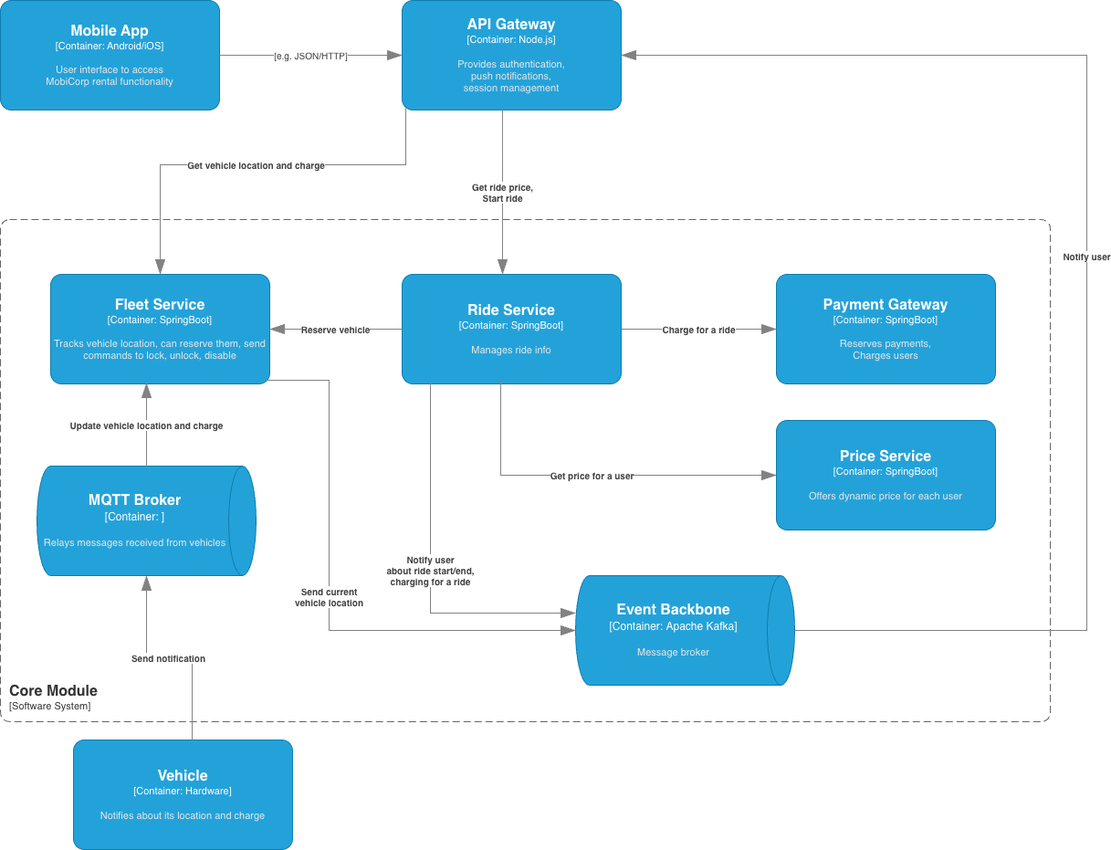
This is hld/core-func/Core Containers.drawio.png from Oleggio/five-nines-arch-katas, a draw.io export, as it was before one commit. Source tidied: cells renumbered, new cells last; positions are measured from the earlier drawing's top-left corner, leaving out a move shared by most shapes.
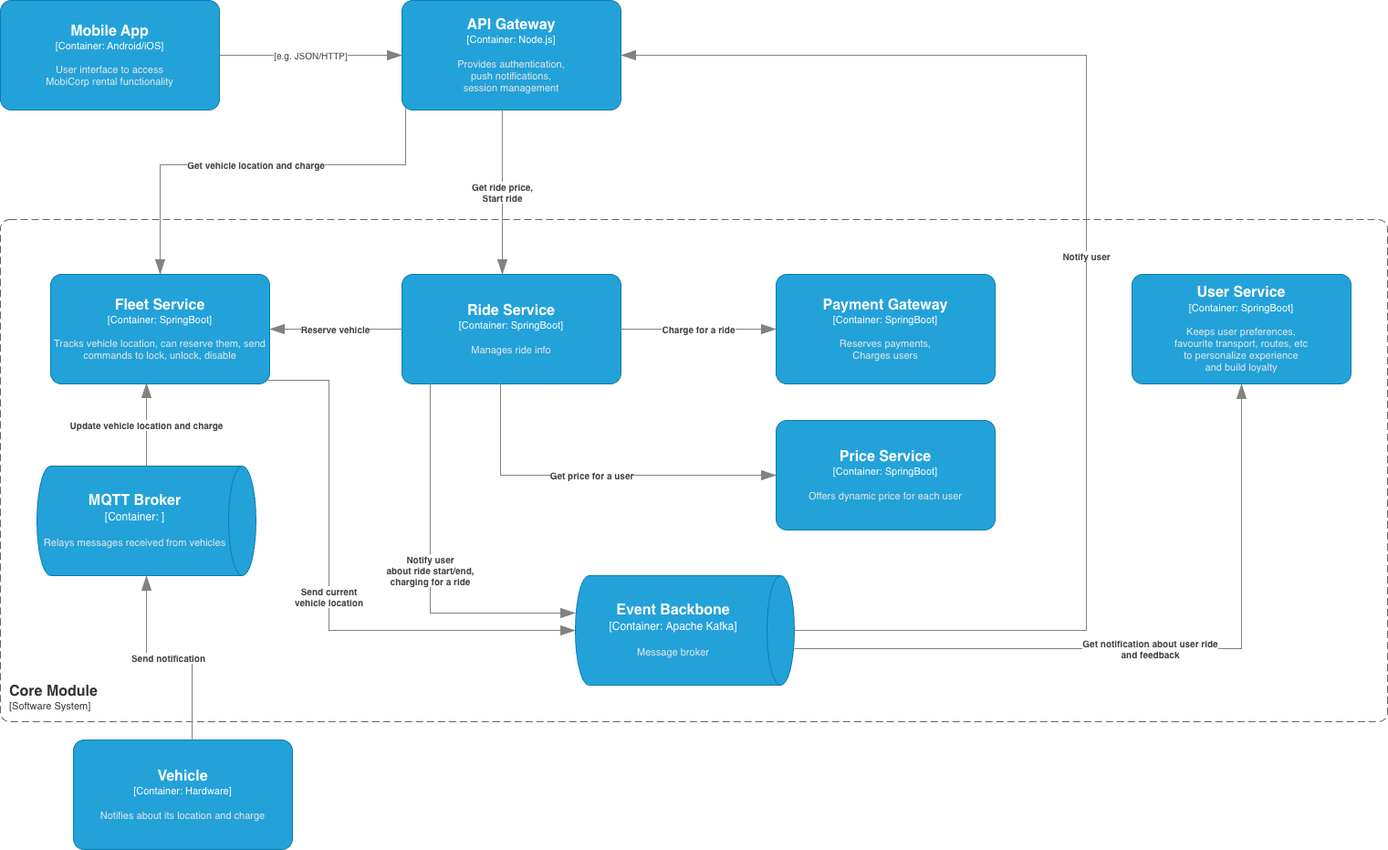
After the change.

Commit message:
Add user service as a core container

Diff of the diagram source:
```diff
@@ -19,7 +19,7 @@
     </object>
     <object id="5" label="&lt;font style=&quot;font-size: 16px&quot;&gt;&lt;b&gt;&lt;div style=&quot;text-align: left&quot;&gt;%c4Name%&lt;/div&gt;&lt;/b&gt;&lt;/font&gt;&lt;div style=&quot;text-align: left&quot;&gt;[%c4Application%]&lt;/div&gt;" c4Application="Software System" c4Name="Core Module" c4Type="SystemScopeBoundary" placeholders="1">
       <mxCell style="rounded=1;fontSize=11;whiteSpace=wrap;html=1;dashed=1;arcSize=20;fillColor=none;strokeColor=#666666;fontColor=#333333;labelBackgroundColor=none;align=left;verticalAlign=bottom;labelBorderColor=none;spacingTop=0;spacing=10;dashPattern=8 4;perimeter=rectanglePerimeter;noLabel=0;labelPadding=0;absoluteArcSize=1;" parent="1" vertex="1">
-        <mxGeometry y="240" width="1150" height="550" as="geometry" />
+        <mxGeometry y="240" width="1520" height="550" as="geometry" />
       </mxCell>
     </object>
     <object id="6" label="&lt;font style=&quot;font-size: 16px&quot;&gt;&lt;b&gt;%c4Name%&lt;/b&gt;&lt;/font&gt;&lt;div&gt;[%c4Type%:&amp;nbsp;%c4Technology%]&lt;/div&gt;&lt;br&gt;&lt;div&gt;&lt;font style=&quot;font-size: 11px&quot;&gt;&lt;font color=&quot;#E6E6E6&quot;&gt;%c4Description%&lt;/font&gt;&lt;/div&gt;" c4Description="Message broker" c4Name="Event Backbone " c4Technology="Apache Kafka" c4Type="Container" placeholders="1">
@@ -132,5 +132,17 @@
         </mxGeometry>
       </mxCell>
     </object>
+    <object id="23" label="&lt;font style=&quot;font-size: 16px&quot;&gt;&lt;b&gt;%c4Name%&lt;/b&gt;&lt;/font&gt;&lt;div&gt;[%c4Type%: %c4Technology%]&lt;/div&gt;&lt;br&gt;&lt;div&gt;&lt;font style=&quot;font-size: 11px&quot;&gt;&lt;font color=&quot;#E6E6E6&quot;&gt;%c4Description%&lt;/font&gt;&lt;/div&gt;" c4Description="Keeps user preferences,&#10;favourite transport, routes, etc&#10;to personalize experience&#10;and build loyalty" c4Name="User Service" c4Technology="SpringBoot" c4Type="Container" placeholders="1">
+      <mxCell style="rounded=1;whiteSpace=wrap;html=1;fontSize=11;labelBackgroundColor=none;fillColor=#23A2D9;fontColor=#ffffff;align=center;arcSize=10;strokeColor=#0E7DAD;" parent="1" vertex="1">
+        <mxGeometry x="1240" y="300" width="240" height="120" as="geometry" />
+      </mxCell>
+    </object>
+    <object id="24" label="&lt;div style=&quot;text-align: left&quot;&gt;&lt;div style=&quot;text-align: center&quot;&gt;&lt;b&gt;%c4Description%&lt;/b&gt;&lt;/div&gt;" c4Description="Get notification about user ride&#10;and feedback" c4Type="Relationship" placeholders="1">
+      <mxCell style="endArrow=blockThin;html=1;fontSize=10;fontColor=#404040;strokeWidth=1;endFill=1;strokeColor=#828282;elbow=vertical;endSize=14;startSize=14;jumpStyle=arc;jumpSize=16;rounded=0;edgeStyle=orthogonalEdgeStyle;exitX=0.667;exitY=0;exitDx=0;exitDy=0;exitPerimeter=0;" parent="1" edge="1" source="6">
+        <mxGeometry relative="1" as="geometry">
+          <mxPoint x="1360" y="420" as="targetPoint" />
+        </mxGeometry>
+      </mxCell>
+    </object>
   </root>
 </mxGraphModel>
```
